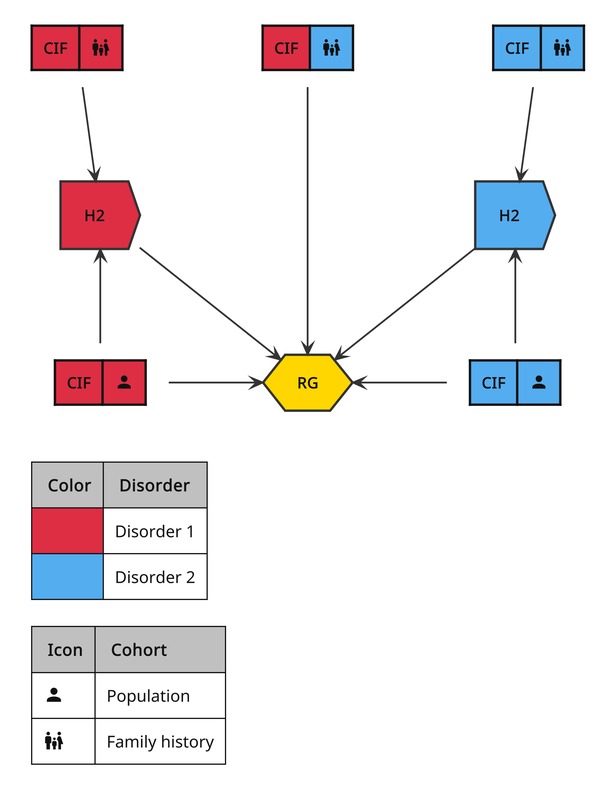
This is guides/diagrams/pipeline-dag.png from BioPsyk/epimight, a PlantUML export, as it was before one commit. The source it was exported from:
```plantuml
@startuml
!include <material7.4.47/AccountUser/account>
!include <material7.4.47/PeopleFamily/HumanMaleFemaleChild>
!include <material7.4.47/Weather/MoonFull>
!include ../diagrams/ibp.puml

skinparam nodesep 80
skinparam ranksep 80

<style>
  root {
    LineColor #333333
    FontColor #111111
  }

  card {
    RoundCorner     0
    BackgroundColor transparent
    LineColor       transparent
  }
</style>

card "|<#dd2e44>**CIF**|<#dd2e44><$mdiAccount{scale=0.35}>|" as cif_d1_pop
card "|<#dd2e44>**CIF**|<#dd2e44><$mdiHumanMaleFemaleChild{scale=0.35}>|" as cif_d1_fh1
card "|<#dd2e44>**CIF**|<#54adef><$mdiHumanMaleFemaleChild{scale=0.35}>|" as cif_d1_fh2
card "|<#54adef>**CIF**|<#54adef><$mdiAccount{scale=0.35}>|" as cif_d2_pop
card "|<#54adef>**CIF**|<#54adef><$mdiHumanMaleFemaleChild{scale=0.35}>|" as cif_d2_fh2
action "**H2**" as h2_d1 #dd2e44
action "**H2**" as h2_d2 #54adef
hexagon "**RG**" as rg #ffd600

cif_d2_pop -UP-> h2_d2
cif_d2_fh2 --> h2_d2

cif_d1_pop -UP-> h2_d1
cif_d1_fh1 --> h2_d1

cif_d1_pop -RIGHT-> rg
cif_d1_fh2 ---> rg
cif_d2_pop -LEFT-> rg
h2_d1 --> rg
h2_d2 --> rg

legend left
  <#silver>|= Color|= Disorder|
  |<#dd2e44>|Disorder 1|
  |<#54adef>|Disorder 2|

  <#silver>|= Icon|= Cohort|
  |<b><$mdiAccount{scale=0.35}></b>|Population|
  |<b><$mdiHumanMaleFemaleChild{scale=0.35}></b>|Family history|
endlegend
@enduml
```
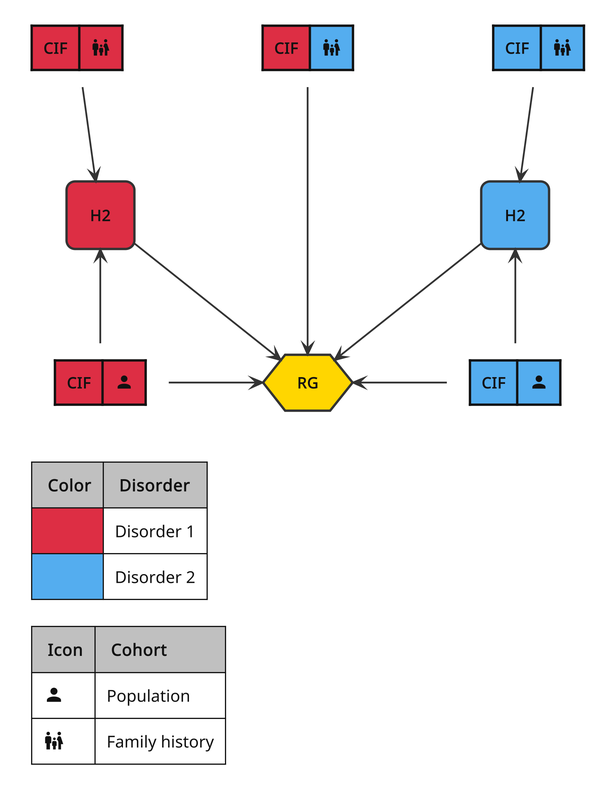
After the commit.

The edit, as a diff of the source:
```diff
@@ -25,8 +25,8 @@
 card "|<#dd2e44>**CIF**|<#54adef><$mdiHumanMaleFemaleChild{scale=0.35}>|" as cif_d1_fh2
 card "|<#54adef>**CIF**|<#54adef><$mdiAccount{scale=0.35}>|" as cif_d2_pop
 card "|<#54adef>**CIF**|<#54adef><$mdiHumanMaleFemaleChild{scale=0.35}>|" as cif_d2_fh2
-action "**H2**" as h2_d1 #dd2e44
-action "**H2**" as h2_d2 #54adef
+rectangle "**H2**" as h2_d1 #dd2e44
+rectangle "**H2**" as h2_d2 #54adef
 hexagon "**RG**" as rg #ffd600
 
 cif_d2_pop -UP-> h2_d2
```
